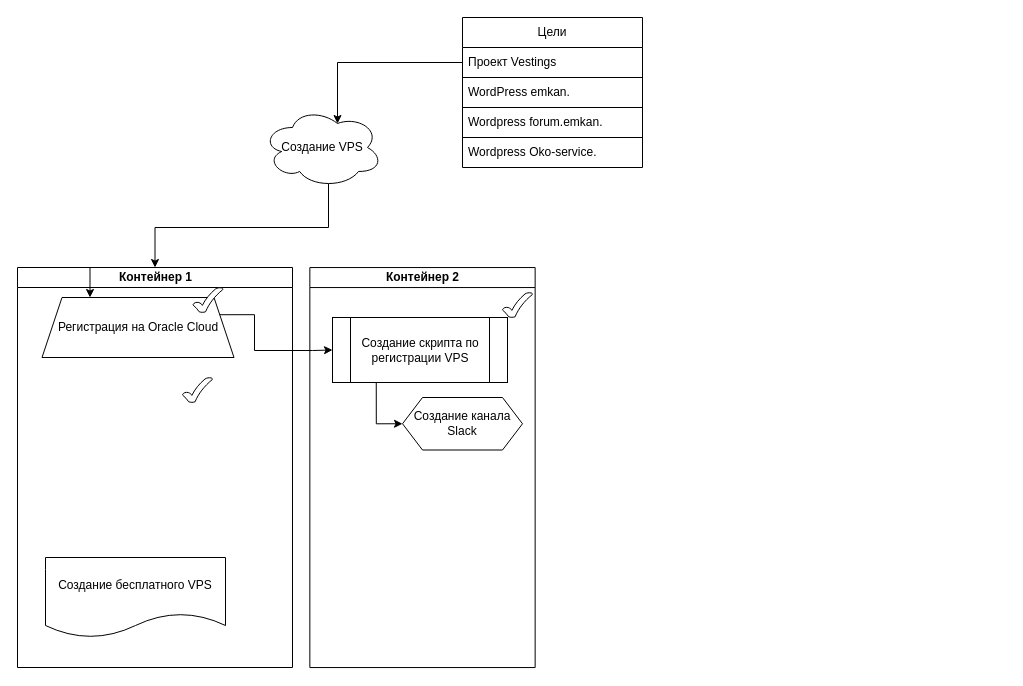
Earlier version of the draw.io diagram ЖИЦЗО_1.drawio (ElvenRivendil/Diagrams_blocks_algoritms). Source tidied: cells renumbered, new cells numbered last; positions are measured from the earlier drawing's top-left corner, leaving out a move shared by most shapes. Both pictures are drawn from the tidied source at 100%, with x=0, y=0 at pixel (-46, 17).
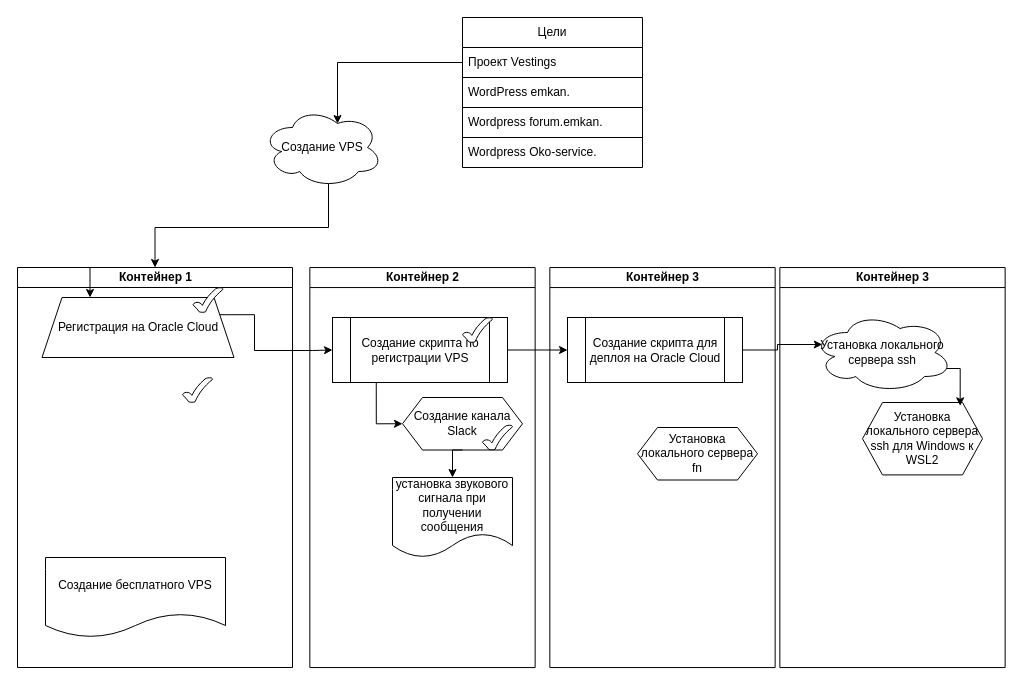
Above is the later version.

Unchanged cells that the change refers to:
```xml
<mxCell id="8" value="&lt;div&gt;Контейнер 2&lt;/div&gt;" style="swimlane;html=1;startSize=20;horizontal=0;rotation=90;" parent="1" vertex="1">
  <mxGeometry x="268" y="337.4" width="400" height="225.3" as="geometry" />
</mxCell>
<mxCell id="10" value="Создание канала Slack" style="shape=hexagon;perimeter=hexagonPerimeter2;whiteSpace=wrap;html=1;fixedSize=1;" parent="8" vertex="1">
  <mxGeometry x="180" y="42.6" width="120" height="52.5" as="geometry" />
</mxCell>
<mxCell id="11" value="Создание скрипта по регистрации VPS" style="shape=process;whiteSpace=wrap;html=1;backgroundOutline=1;" parent="8" vertex="1">
  <mxGeometry x="110" y="-37.4" width="175" height="65" as="geometry" />
</mxCell>
```

The edit, as a diff of the source:
```diff
@@
-    <mxCell id="9" style="verticalLabelPosition=bottom;verticalAlign=top;html=1;shape=mxgraph.basic.tick;" parent="8" vertex="1">
-      <mxGeometry x="280" y="-62.4" width="30" height="25" as="geometry" />
-    </mxCell>
@@
+    <mxCell id="9" style="verticalLabelPosition=bottom;verticalAlign=top;html=1;shape=mxgraph.basic.tick;" parent="8" vertex="1">
+      <mxGeometry x="240" y="-37.4" width="30" height="25" as="geometry" />
+    </mxCell>
+    <mxCell id="22" style="verticalLabelPosition=bottom;verticalAlign=top;html=1;shape=mxgraph.basic.tick;" parent="8" vertex="1">
+      <mxGeometry x="260" y="70.1" width="30" height="25" as="geometry" />
+    </mxCell>
+    <mxCell id="23" value="установка звукового сигнала при получении сообщения" style="shape=document;whiteSpace=wrap;html=1;boundedLbl=1;" parent="8" vertex="1">
+      <mxGeometry x="170" y="122.6" width="120" height="80" as="geometry" />
+    </mxCell>
+    <mxCell id="24" style="edgeStyle=orthogonalEdgeStyle;rounded=0;jettySize=auto;html=1;exitX=0.5;exitY=1;exitDx=0;exitDy=0;entryX=0.5;entryY=0;entryDx=0;entryDy=0;" parent="8" edge="1" source="10" target="23">
+      <mxGeometry relative="1" as="geometry" />
+    </mxCell>
@@
+    <mxCell id="25" value="&lt;div&gt;Контейнер 3&lt;/div&gt;" style="swimlane;html=1;startSize=20;horizontal=0;rotation=90;" parent="1" vertex="1">
+      <mxGeometry x="508" y="337.4" width="400" height="225.3" as="geometry" />
+    </mxCell>
+    <mxCell id="26" value="Создание скрипта для деплоя на Oracle Cloud" style="shape=process;whiteSpace=wrap;html=1;backgroundOutline=1;" parent="25" vertex="1">
+      <mxGeometry x="105" y="-37.4" width="175" height="65" as="geometry" />
+    </mxCell>
+    <mxCell id="27" value="&lt;div&gt;Установка локального сервера fn&lt;/div&gt;" style="shape=hexagon;perimeter=hexagonPerimeter2;whiteSpace=wrap;html=1;fixedSize=1;" parent="25" vertex="1">
+      <mxGeometry x="175" y="72.6" width="120" height="52.5" as="geometry" />
+    </mxCell>
+    <mxCell id="28" value="&lt;div&gt;Контейнер 3&lt;/div&gt;" style="swimlane;html=1;startSize=20;horizontal=0;rotation=90;" parent="1" vertex="1">
+      <mxGeometry x="738" y="337.4" width="400" height="225.3" as="geometry" />
+    </mxCell>
+    <mxCell id="29" value="Установка локального сервера ssh" style="ellipse;shape=cloud;whiteSpace=wrap;html=1;" parent="28" vertex="1">
+      <mxGeometry x="120" y="-42.4" width="140" height="80" as="geometry" />
+    </mxCell>
+    <mxCell id="30" value="&lt;div&gt;Установка локального сервера ssh для Windows к WSL2&lt;/div&gt;" style="shape=hexagon;perimeter=hexagonPerimeter2;whiteSpace=wrap;html=1;fixedSize=1;" parent="28" vertex="1">
+      <mxGeometry x="170" y="47.6" width="120" height="72.4" as="geometry" />
+    </mxCell>
+    <mxCell id="31" style="edgeStyle=orthogonalEdgeStyle;rounded=0;jettySize=auto;html=1;exitX=0.96;exitY=0.7;exitDx=0;exitDy=0;exitPerimeter=0;entryX=0.814;entryY=0.046;entryDx=0;entryDy=0;entryPerimeter=0;" parent="28" edge="1" source="29" target="30">
+      <mxGeometry relative="1" as="geometry" />
+    </mxCell>
+    <mxCell id="32" style="edgeStyle=orthogonalEdgeStyle;rounded=0;jettySize=auto;html=1;exitX=1;exitY=0.5;exitDx=0;exitDy=0;entryX=0;entryY=0.5;entryDx=0;entryDy=0;" parent="1" edge="1" source="11" target="26">
+      <mxGeometry relative="1" as="geometry" />
+    </mxCell>
+    <mxCell id="33" style="edgeStyle=orthogonalEdgeStyle;rounded=0;jettySize=auto;html=1;exitX=1;exitY=0.5;exitDx=0;exitDy=0;entryX=0.07;entryY=0.4;entryDx=0;entryDy=0;entryPerimeter=0;" parent="1" edge="1" source="26" target="29">
+      <mxGeometry relative="1" as="geometry" />
+    </mxCell>
```
